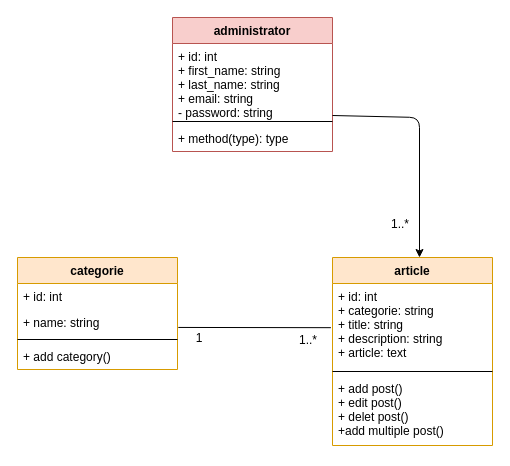
Earlier version of the draw.io diagram uml/class_diagram.drawio (mouad5-bot/Article-Management-System). Source tidied: cells renumbered, new cells numbered last; positions are measured from the earlier drawing's top-left corner, leaving out a move shared by most shapes. Both pictures are drawn from the tidied source at 100%, with x=0, y=0 at pixel (17, 17).
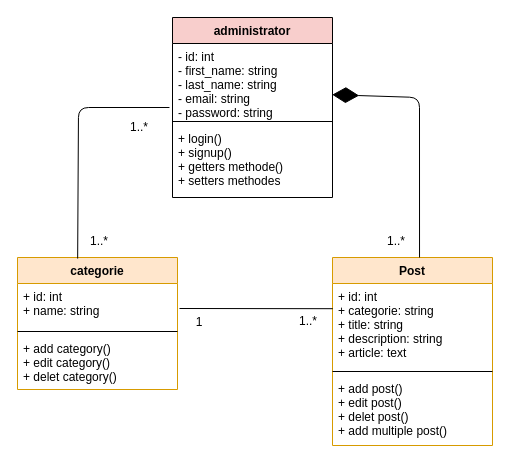
Above is the later version.

Commit message (it also covers changes not shown here):
CT-5 +footer | modfy class diagram | +modl cat

Unchanged cells that the change refers to:
```xml
<mxCell id="4" style="line;strokeWidth=1;fillColor=none;align=left;verticalAlign=middle;spacingTop=-1;spacingLeft=3;spacingRight=3;labelPosition=right;points=[];portConstraint=eastwest;" parent="2" vertex="1">
  <mxGeometry y="100" width="160" height="8" as="geometry" />
</mxCell>
<mxCell id="7" value="+ id: int&#10;+ categorie: string&#10;+ title: string&#10;+ description: string&#10;+ article: text" style="text;align=left;verticalAlign=top;spacingLeft=4;spacingRight=4;overflow=hidden;points=[[0,0.5],[1,0.5]];portConstraint=eastwest;" parent="6" vertex="1">
  <mxGeometry y="26" width="160" height="84" as="geometry" />
</mxCell>
```

The edit, as a diff of the source:
```diff
@@
-    <mxCell id="2" value="administrator" style="swimlane;fontStyle=1;align=center;verticalAlign=top;horizontal=1;startSize=26;fillColor=#f8cecc;strokeColor=#b85450;" parent="1" vertex="1">
-      <mxGeometry x="155" width="160" height="134" as="geometry" />
+    <mxCell id="2" value="administrator" style="swimlane;fontStyle=1;align=center;verticalAlign=top;horizontal=1;startSize=26;fillColor=#f8cecc;strokeColor=#000000;" parent="1" vertex="1">
+      <mxGeometry x="155" width="160" height="180" as="geometry" />
     </mxCell>
-    <mxCell id="3" value="+ id: int&#10;+ first_name: string&#10;+ last_name: string&#10;+ email: string&#10;- password: string" style="text;align=left;verticalAlign=top;spacingLeft=4;spacingRight=4;overflow=hidden;points=[[0,0.5],[1,0.5]];portConstraint=eastwest;" parent="2" vertex="1">
+    <mxCell id="3" value="- id: int&#10;- first_name: string&#10;- last_name: string&#10;- email: string&#10;- password: string" style="text;align=left;verticalAlign=top;spacingLeft=4;spacingRight=4;overflow=hidden;points=[[0,0.5],[1,0.5]];portConstraint=eastwest;" parent="2" vertex="1">
       <mxGeometry y="26" width="160" height="74" as="geometry" />
     </mxCell>
@@
-    <mxCell id="5" value="+ method(type): type" style="text;strokeColor=none;fillColor=none;align=left;verticalAlign=top;spacingLeft=4;spacingRight=4;overflow=hidden;" parent="2" vertex="1">
-      <mxGeometry y="108" width="160" height="26" as="geometry" />
+    <mxCell id="5" value="+ login()&#10;+ signup()&#10;+ getters methode()&#10;+ setters methodes" style="text;strokeColor=none;fillColor=none;align=left;verticalAlign=top;spacingLeft=4;spacingRight=4;overflow=hidden;" parent="2" vertex="1">
+      <mxGeometry y="108" width="160" height="72" as="geometry" />
     </mxCell>
-    <mxCell id="6" value="article" style="swimlane;fontStyle=1;align=center;verticalAlign=top;horizontal=1;startSize=26;fillColor=#ffe6cc;strokeColor=#d79b00;" parent="1" vertex="1">
+    <mxCell id="6" value="Post" style="swimlane;fontStyle=1;align=center;verticalAlign=top;horizontal=1;startSize=26;fillColor=#ffe6cc;strokeColor=#d79b00;" parent="1" vertex="1">
       <mxGeometry x="315" y="240" width="160" height="188" as="geometry" />
     </mxCell>
@@
-    <mxCell id="9" value="+ add post()&#10;+ edit post()&#10;+ delet post()&#10;+add multiple post()" style="text;strokeColor=none;fillColor=none;align=left;verticalAlign=top;spacingLeft=4;spacingRight=4;overflow=hidden;" parent="6" vertex="1">
+    <mxCell id="9" value="+ add post()&#10;+ edit post()&#10;+ delet post()&#10;+ add multiple post()" style="text;strokeColor=none;fillColor=none;align=left;verticalAlign=top;spacingLeft=4;spacingRight=4;overflow=hidden;" parent="6" vertex="1">
       <mxGeometry y="118" width="160" height="70" as="geometry" />
     </mxCell>
     <mxCell id="10" value="categorie" style="swimlane;fontStyle=1;align=center;verticalAlign=top;horizontal=1;startSize=26;fillColor=#ffe6cc;strokeColor=#d79b00;" parent="1" vertex="1">
-      <mxGeometry y="240" width="160" height="112" as="geometry" />
+      <mxGeometry y="240" width="160" height="132" as="geometry" />
     </mxCell>
-    <mxCell id="11" value="+ id: int" style="text;strokeColor=none;fillColor=none;align=left;verticalAlign=top;spacingLeft=4;spacingRight=4;overflow=hidden;" parent="10" vertex="1">
-      <mxGeometry y="26" width="160" height="26" as="geometry" />
-    </mxCell>
-    <mxCell id="12" value="+ name: string" style="text;strokeColor=none;fillColor=none;align=left;verticalAlign=top;spacingLeft=4;spacingRight=4;overflow=hidden;points=[[0,0.5],[1,0.5]];portConstraint=eastwest;" parent="10" vertex="1">
-      <mxGeometry y="52" width="160" height="26" as="geometry" />
+    <mxCell id="12" value="+ id: int&#10;+ name: string" style="text;strokeColor=none;fillColor=none;align=left;verticalAlign=top;spacingLeft=4;spacingRight=4;overflow=hidden;points=[[0,0.5],[1,0.5]];portConstraint=eastwest;" parent="10" vertex="1">
+      <mxGeometry y="26" width="160" height="44" as="geometry" />
     </mxCell>
     <mxCell id="13" style="line;strokeWidth=1;fillColor=none;align=left;verticalAlign=middle;spacingTop=-1;spacingLeft=3;spacingRight=3;labelPosition=right;" parent="10" vertex="1">
-      <mxGeometry y="78" width="160" height="8" as="geometry" />
+      <mxGeometry y="70" width="160" height="8" as="geometry" />
     </mxCell>
-    <mxCell id="14" value="+ add category()" style="text;strokeColor=none;fillColor=none;align=left;verticalAlign=top;spacingLeft=4;spacingRight=4;overflow=hidden;" parent="10" vertex="1">
-      <mxGeometry y="86" width="160" height="26" as="geometry" />
+    <mxCell id="14" value="+ add category()&#10;+ edit category()&#10;+ delet category()" style="text;strokeColor=none;fillColor=none;align=left;verticalAlign=top;spacingLeft=4;spacingRight=4;overflow=hidden;" parent="10" vertex="1">
+      <mxGeometry y="78" width="160" height="54" as="geometry" />
     </mxCell>
-    <mxCell id="15" style="endArrow=classic;html=1;exitX=1;exitY=-0.25;exitDx=0;exitDy=0;exitPerimeter=0;" parent="1" edge="1" source="4">
-      <mxGeometry relative="1" as="geometry">
-        <mxPoint x="402" y="240" as="targetPoint" />
-        <Array as="points">
-          <mxPoint x="402" y="100" />
-        </Array>
-      </mxGeometry>
-    </mxCell>
-    <mxCell id="16" style="endArrow=none;html=1;entryX=-0.01;entryY=0.526;entryDx=0;entryDy=0;exitX=1.005;exitY=0.69;exitDx=0;exitDy=0;exitPerimeter=0;entryPerimeter=0;" parent="1" edge="1" source="12" target="7">
-      <mxGeometry relative="1" as="geometry" />
+    <mxCell id="16" style="endArrow=none;html=1;entryX=0.002;entryY=0.3;entryDx=0;entryDy=0;entryPerimeter=0;" parent="1" edge="1" target="7">
+      <mxGeometry relative="1" as="geometry">
+        <mxPoint x="162" y="291" as="sourcePoint" />
+      </mxGeometry>
     </mxCell>
-    <mxCell id="17" value="1..*" style="text;html=1;strokeColor=none;fillColor=none;align=center;verticalAlign=middle;whiteSpace=wrap;rounded=0;" parent="1" vertex="1">
-      <mxGeometry x="363" y="197" width="40" height="20" as="geometry" />
-    </mxCell>
     <mxCell id="18" value="1..*" style="text;html=1;strokeColor=none;fillColor=none;align=center;verticalAlign=middle;whiteSpace=wrap;rounded=0;" parent="1" vertex="1">
-      <mxGeometry x="271" y="313" width="40" height="20" as="geometry" />
+      <mxGeometry x="271" y="294" width="40" height="20" as="geometry" />
     </mxCell>
     <mxCell id="19" value="1" style="text;html=1;strokeColor=none;fillColor=none;align=center;verticalAlign=middle;whiteSpace=wrap;rounded=0;" parent="1" vertex="1">
-      <mxGeometry x="162" y="310" width="40" height="21" as="geometry" />
+      <mxGeometry x="162" y="294" width="40" height="21" as="geometry" />
     </mxCell>
+    <mxCell id="20" style="endArrow=diamondThin;endFill=1;endSize=24;html=1;exitX=0.544;exitY=0;exitDx=0;exitDy=0;exitPerimeter=0;entryX=0.998;entryY=0.692;entryDx=0;entryDy=0;entryPerimeter=0;" parent="1" edge="1" source="6" target="3">
+      <mxGeometry relative="1" as="geometry">
+        <Array as="points">
+          <mxPoint x="402" y="80" />
+        </Array>
+      </mxGeometry>
+    </mxCell>
+    <mxCell id="21" value="1..*" style="text;html=1;strokeColor=none;fillColor=none;align=center;verticalAlign=middle;whiteSpace=wrap;rounded=0;" parent="1" vertex="1">
+      <mxGeometry x="359" y="214" width="40" height="20" as="geometry" />
+    </mxCell>
+    <mxCell id="22" style="endArrow=none;html=1;entryX=-0.019;entryY=0.865;entryDx=0;entryDy=0;entryPerimeter=0;exitX=0.376;exitY=0.008;exitDx=0;exitDy=0;exitPerimeter=0;" parent="1" edge="1" source="10" target="3">
+      <mxGeometry relative="1" as="geometry">
+        <Array as="points">
+          <mxPoint x="61" y="90" />
+        </Array>
+      </mxGeometry>
+    </mxCell>
+    <mxCell id="23" value="1..*" style="text;html=1;strokeColor=none;fillColor=none;align=center;verticalAlign=middle;whiteSpace=wrap;rounded=0;" parent="1" vertex="1">
+      <mxGeometry x="102" y="100" width="40" height="20" as="geometry" />
+    </mxCell>
+    <mxCell id="24" value="1..*" style="text;html=1;strokeColor=none;fillColor=none;align=center;verticalAlign=middle;whiteSpace=wrap;rounded=0;" parent="1" vertex="1">
+      <mxGeometry x="62" y="214" width="40" height="20" as="geometry" />
+    </mxCell>
```
